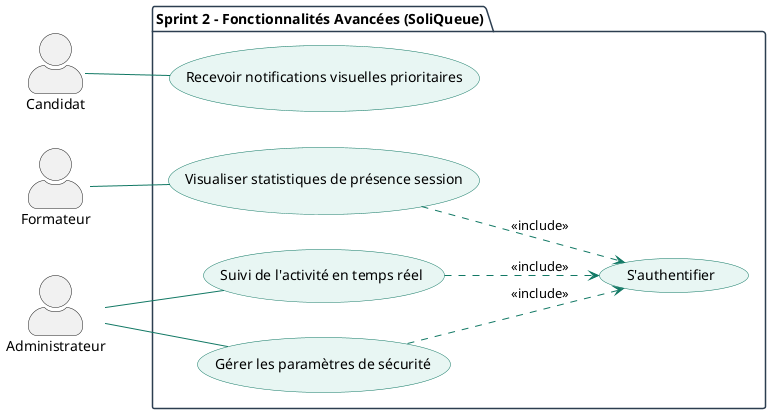
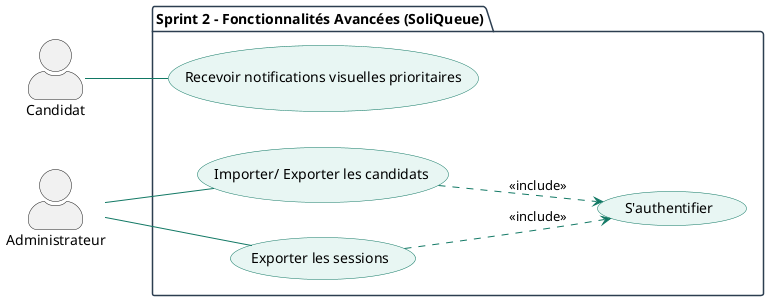
@startuml SoliQueue_Sprint2
left to right direction
skinparam actorStyle awesome

skinparam package {
    BackgroundColor White
    BorderColor #2C3E50
}

skinparam usecase {
    BackgroundColor #E8F6F3
    BorderColor #117864
    ArrowColor #117864
}

actor "Candidat" as C
- actor "Formateur" as F
actor "Administrateur" as Admin

package "Sprint 2 – Fonctionnalités Avancées (SoliQueue)" {

    ' ========================
    ' Améliorations Candidat
    ' ========================
    usecase "Recevoir notifications visuelles prioritaires" as UC1

    C -- UC1


-     ' ========================
-     ' Améliorations Formateur
-     ' ========================
-     usecase "Visualiser statistiques de présence session" as UC4
- 
-     F -- UC4


    ' ========================
    ' Améliorations Administrateur
    ' ========================
-     usecase "Suivi de l'activité en temps réel" as UC5
-     usecase "Gérer les paramètres de sécurité" as UC6
+     usecase "Importer/ Exporter les candidats" as UC5
+     usecase "Exporter les sessions" as UC6

    Admin -- UC5
    Admin -- UC6

    usecase "S'authentifier" as Auth

-     UC4 ..> Auth : <<include>>
    UC5 ..> Auth : <<include>>
    UC6 ..> Auth : <<include>>
}

@enduml
